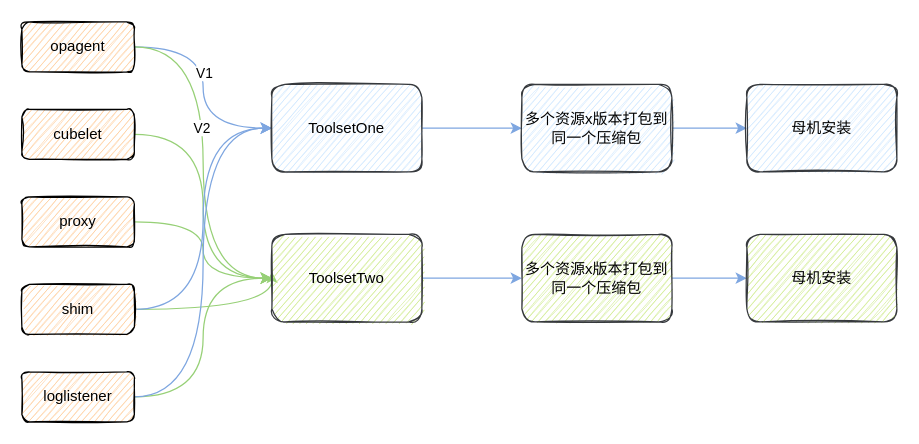
The draw.io diagram CubeToolbox.drawio in tinklone/demo, before the edit. Source tidied: cells renumbered, new cells numbered last; positions are measured from the earlier drawing's top-left corner, leaving out a move shared by most shapes. Both pictures are drawn from the tidied source at 125%, with x=0, y=0 at pixel (21, 21).
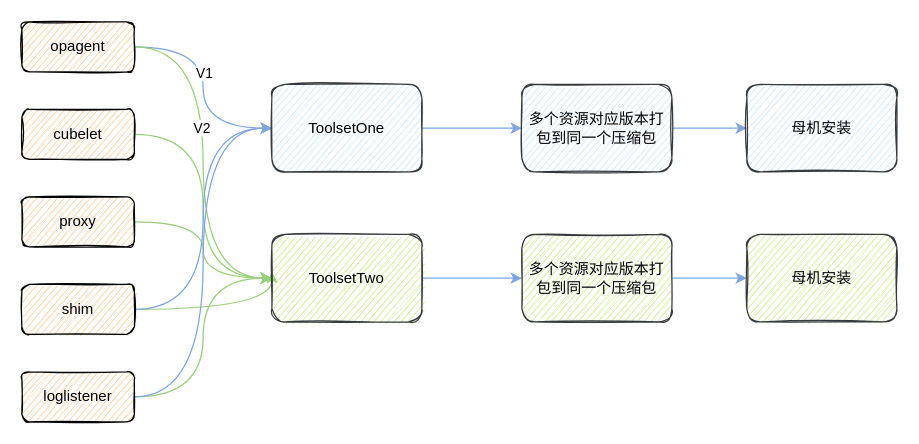
The same page after the edit.

The edit, as a diff of the source:
```diff
@@
-    <mxCell id="22" value="多个资源x版本打包到同一个压缩包" style="rounded=1;whiteSpace=wrap;html=1;fillColor=#cce5ff;strokeColor=#36393d;sketch=1;glass=0;" parent="1" vertex="1">
+    <mxCell id="22" value="多个资源对应版本打包到同一个压缩包" style="rounded=1;whiteSpace=wrap;html=1;fillColor=#cce5ff;strokeColor=#36393d;sketch=1;glass=0;" parent="1" vertex="1">
       <mxGeometry x="400" y="50" width="120" height="70" as="geometry" />
     </mxCell>
@@
-    <mxCell id="24" value="多个资源x版本打包到同一个压缩包" style="rounded=1;whiteSpace=wrap;html=1;fillColor=#cdeb8b;strokeColor=#36393d;sketch=1;glass=0;" parent="1" vertex="1">
+    <mxCell id="24" value="多个资源对应版本打包到同一个压缩包" style="rounded=1;whiteSpace=wrap;html=1;fillColor=#cdeb8b;strokeColor=#36393d;sketch=1;glass=0;" parent="1" vertex="1">
       <mxGeometry x="400" y="170" width="120" height="70" as="geometry" />
     </mxCell>
```
